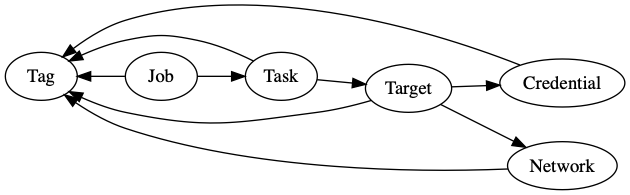
Before: .github/images/graph.png, a diagram exported from Graphviz (KCarretto/paragon). Its source is kept beside it as .github/images/graph.dot. Source of this version:
```dot
digraph paragon {
    rankdir="LR"

    Target
    Task
    Job
    Tag
    Credential
    Network

    Tag -> {Job, Task, Target, Credential, Network} [dir=back]

    Job -> Task

    Task -> Target

    Target -> Credential
    Target -> Network
}
```
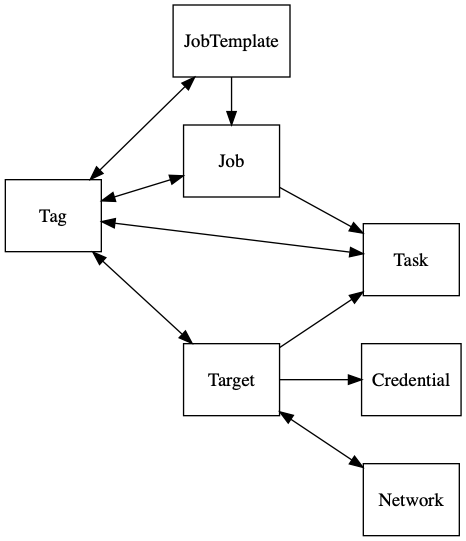
Above is the later version.

What changed in the source:
```diff
@@ -1,19 +1,34 @@
 digraph paragon {
-    rankdir="LR"
+    rankdir=LR
+    nodesep=.5
+    ranksep=.75
 
-    Target
+    node [shape=rect width=1 height=.75]
+
+    {rank=same
+        JobTemplate
+        Job
+        Target
+    }
+    Tag
     Task
-    Job
-    Tag
     Credential
     Network
 
-    Tag -> {Job, Task, Target, Credential, Network} [dir=back]
 
+    /*
+     * Edges
+     */
+
+    JobTemplate -> Job
     Job -> Task
+    Task -> Target [dir=back]
 
-    Task -> Target
+    Tag -> JobTemplate [dir=both]
+    Tag -> Job [dir=both]
+    Tag -> Target [dir=both]
+    Tag -> Task [dir=both]
 
     Target -> Credential
-    Target -> Network
+    Target -> Network [dir=both]
 }
```
